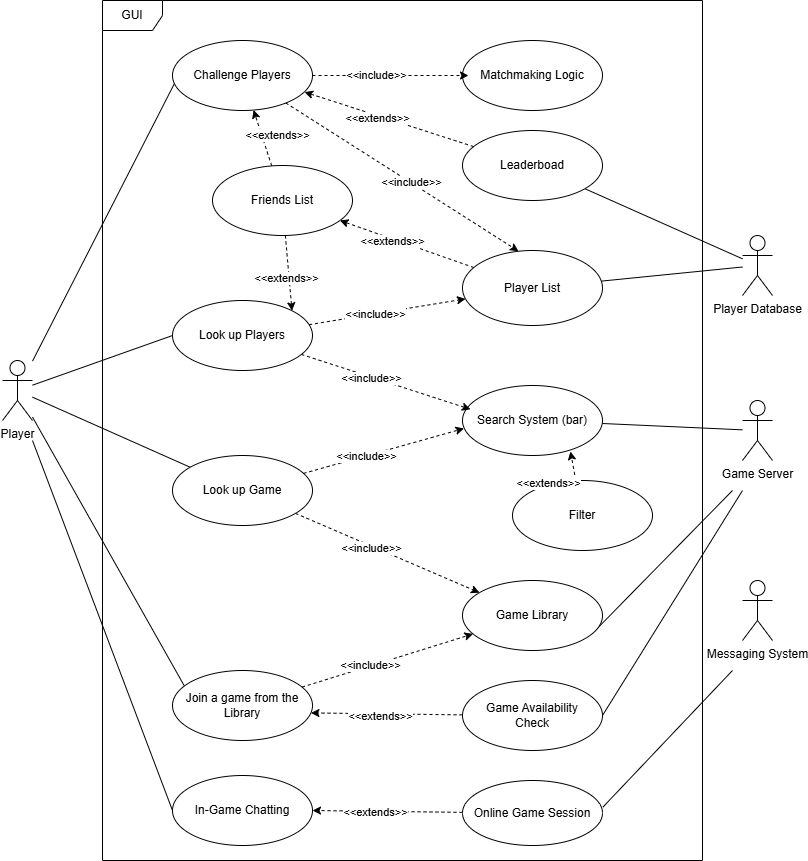
Before: GUI Team Files/GUI_use_case_diagram.png, a diagram exported from draw.io (kelsierfin/BasicGamingPlatform). Source tidied: cells renumbered, new cells last; positions are measured from the earlier drawing's top-left corner, leaving out a move shared by most shapes. The source it was exported from:
```xml
<mxGraphModel>
  <root>
    <mxCell id="0" />
    <mxCell id="1" parent="0" />
    <mxCell id="2" value="GUI" style="shape=umlFrame;whiteSpace=wrap;html=1;" parent="1" vertex="1">
      <mxGeometry x="100" width="600" height="860" as="geometry" />
    </mxCell>
    <mxCell id="3" style="edgeStyle=none;rounded=0;jettySize=auto;html=1;entryX=0.014;entryY=0.614;entryDx=0;entryDy=0;entryPerimeter=0;endArrow=none;startFill=0;" parent="1" edge="1" source="7" target="8">
      <mxGeometry relative="1" as="geometry" />
    </mxCell>
    <mxCell id="4" style="edgeStyle=none;rounded=0;jettySize=auto;html=1;endArrow=none;startFill=0;" parent="1" edge="1" source="7" target="11">
      <mxGeometry relative="1" as="geometry" />
    </mxCell>
    <mxCell id="5" style="edgeStyle=none;rounded=0;jettySize=auto;html=1;entryX=0;entryY=0.5;entryDx=0;entryDy=0;endArrow=none;startFill=0;" parent="1" edge="1" source="7" target="14">
      <mxGeometry relative="1" as="geometry" />
    </mxCell>
    <mxCell id="6" style="edgeStyle=none;rounded=0;jettySize=auto;html=1;entryX=0.094;entryY=0.254;entryDx=0;entryDy=0;endArrow=none;startFill=0;entryPerimeter=0;" parent="1" edge="1" source="7" target="17">
      <mxGeometry relative="1" as="geometry" />
    </mxCell>
    <mxCell id="7" value="Player&lt;div&gt;&lt;br&gt;&lt;/div&gt;" style="shape=umlActor;verticalLabelPosition=bottom;verticalAlign=top;html=1;" parent="1" vertex="1">
      <mxGeometry y="360" width="30" height="60" as="geometry" />
    </mxCell>
    <mxCell id="8" value="Challenge Players" style="ellipse;whiteSpace=wrap;html=1;" parent="1" vertex="1">
      <mxGeometry x="170" y="40" width="140" height="70" as="geometry" />
    </mxCell>
    <mxCell id="9" style="edgeStyle=none;rounded=0;jettySize=auto;html=1;dashed=1;" parent="1" edge="1" source="11" target="46">
      <mxGeometry relative="1" as="geometry" />
    </mxCell>
    <mxCell id="10" value="&amp;lt;&amp;lt;include&amp;gt;&amp;gt;" style="edgeLabel;html=1;align=center;verticalAlign=middle;" parent="9" vertex="1">
      <mxGeometry x="-0.17" y="-2" relative="1" as="geometry" />
    </mxCell>
    <mxCell id="11" value="Look up Game" style="ellipse;whiteSpace=wrap;html=1;" parent="1" vertex="1">
      <mxGeometry x="170" y="455" width="140" height="70" as="geometry" />
    </mxCell>
    <mxCell id="12" style="edgeStyle=none;rounded=0;jettySize=auto;html=1;dashed=1;" parent="1" edge="1" source="14" target="31">
      <mxGeometry relative="1" as="geometry" />
    </mxCell>
    <mxCell id="13" value="&amp;lt;&amp;lt;include&amp;gt;&amp;gt;" style="edgeLabel;html=1;align=center;verticalAlign=middle;" parent="12" vertex="1">
      <mxGeometry x="-0.15" relative="1" as="geometry" />
    </mxCell>
    <mxCell id="14" value="Look up Players" style="ellipse;whiteSpace=wrap;html=1;" parent="1" vertex="1">
      <mxGeometry x="170" y="300" width="140" height="70" as="geometry" />
    </mxCell>
    <mxCell id="15" style="edgeStyle=none;rounded=0;jettySize=auto;html=1;dashed=1;" parent="1" edge="1" source="17" target="46">
      <mxGeometry relative="1" as="geometry" />
    </mxCell>
    <mxCell id="16" value="&amp;lt;&amp;lt;include&amp;gt;&amp;gt;" style="edgeLabel;html=1;align=center;verticalAlign=middle;" parent="15" vertex="1">
      <mxGeometry x="-0.2" y="1" relative="1" as="geometry" />
    </mxCell>
    <mxCell id="17" value="Join a game from the Library" style="ellipse;whiteSpace=wrap;html=1;" parent="1" vertex="1">
      <mxGeometry x="170" y="670" width="140" height="70" as="geometry" />
    </mxCell>
    <mxCell id="18" value="In-Game Chatting" style="ellipse;whiteSpace=wrap;html=1;" parent="1" vertex="1">
      <mxGeometry x="170" y="775" width="140" height="70" as="geometry" />
    </mxCell>
    <mxCell id="19" style="edgeStyle=none;rounded=0;jettySize=auto;html=1;endArrow=none;startFill=0;entryX=0;entryY=0.5;entryDx=0;entryDy=0;" parent="1" edge="1" target="18">
      <mxGeometry relative="1" as="geometry">
        <mxPoint x="30" y="440" as="sourcePoint" />
      </mxGeometry>
    </mxCell>
    <mxCell id="20" value="Game Server&lt;div&gt;&lt;br&gt;&lt;/div&gt;" style="shape=umlActor;verticalLabelPosition=bottom;verticalAlign=top;html=1;" parent="1" vertex="1">
      <mxGeometry x="740" y="400" width="30" height="60" as="geometry" />
    </mxCell>
    <mxCell id="21" value="Player Database" style="shape=umlActor;verticalLabelPosition=bottom;verticalAlign=top;html=1;" parent="1" vertex="1">
      <mxGeometry x="740" y="235" width="30" height="60" as="geometry" />
    </mxCell>
    <mxCell id="22" value="Messaging System" style="shape=umlActor;verticalLabelPosition=bottom;verticalAlign=top;html=1;" parent="1" vertex="1">
      <mxGeometry x="740" y="580" width="30" height="60" as="geometry" />
    </mxCell>
    <mxCell id="23" style="edgeStyle=none;rounded=0;jettySize=auto;html=1;endArrow=none;startFill=0;" parent="1" edge="1" source="24" target="20">
      <mxGeometry relative="1" as="geometry" />
    </mxCell>
    <mxCell id="24" value="Search System (bar)" style="ellipse;whiteSpace=wrap;html=1;" parent="1" vertex="1">
      <mxGeometry x="460" y="385" width="140" height="70" as="geometry" />
    </mxCell>
    <mxCell id="25" value="Matchmaking Logic" style="ellipse;whiteSpace=wrap;html=1;" parent="1" vertex="1">
      <mxGeometry x="460" y="40" width="140" height="70" as="geometry" />
    </mxCell>
    <mxCell id="26" style="edgeStyle=none;rounded=0;jettySize=auto;html=1;dashed=1;" parent="1" edge="1" source="8">
      <mxGeometry relative="1" as="geometry">
        <mxPoint x="466" y="75" as="targetPoint" />
      </mxGeometry>
    </mxCell>
    <mxCell id="27" value="&amp;lt;&amp;lt;include&amp;gt;&amp;gt;" style="edgeLabel;html=1;align=center;verticalAlign=middle;" parent="26" vertex="1">
      <mxGeometry x="-0.19" y="1" relative="1" as="geometry" />
    </mxCell>
    <mxCell id="28" style="edgeStyle=none;rounded=0;jettySize=auto;html=1;endArrow=none;startFill=0;" parent="1" edge="1" source="31" target="21">
      <mxGeometry relative="1" as="geometry" />
    </mxCell>
    <mxCell id="29" style="edgeStyle=none;rounded=0;jettySize=auto;html=1;dashed=1;" parent="1" edge="1" source="31" target="38">
      <mxGeometry relative="1" as="geometry" />
    </mxCell>
    <mxCell id="30" value="&amp;lt;&amp;lt;extends&amp;gt;&amp;gt;" style="edgeLabel;html=1;align=center;verticalAlign=middle;" parent="29" vertex="1">
      <mxGeometry x="0.21" y="2" relative="1" as="geometry" />
    </mxCell>
    <mxCell id="31" value="Player List" style="ellipse;whiteSpace=wrap;html=1;" parent="1" vertex="1">
      <mxGeometry x="460" y="250" width="140" height="75" as="geometry" />
    </mxCell>
    <mxCell id="32" style="edgeStyle=none;rounded=0;jettySize=auto;html=1;entryX=0.011;entryY=0.614;entryDx=0;entryDy=0;entryPerimeter=0;dashed=1;" parent="1" edge="1" source="11" target="24">
      <mxGeometry relative="1" as="geometry" />
    </mxCell>
    <mxCell id="33" value="&amp;lt;&amp;lt;include&amp;gt;&amp;gt;" style="edgeLabel;html=1;align=center;verticalAlign=middle;" parent="32" vertex="1">
      <mxGeometry x="-0.23" relative="1" as="geometry" />
    </mxCell>
    <mxCell id="34" style="edgeStyle=none;rounded=0;jettySize=auto;html=1;dashed=1;" parent="1" edge="1" source="38" target="8">
      <mxGeometry relative="1" as="geometry" />
    </mxCell>
    <mxCell id="35" value="&amp;lt;&amp;lt;extends&amp;gt;&amp;gt;" style="edgeLabel;html=1;align=center;verticalAlign=middle;" parent="34" vertex="1">
      <mxGeometry x="0.25" y="1" relative="1" as="geometry">
        <mxPoint x="18" y="4" as="offset" />
      </mxGeometry>
    </mxCell>
    <mxCell id="36" style="edgeStyle=none;rounded=0;jettySize=auto;html=1;entryX=1;entryY=0;entryDx=0;entryDy=0;dashed=1;" parent="1" edge="1" source="38" target="14">
      <mxGeometry relative="1" as="geometry" />
    </mxCell>
    <mxCell id="37" value="&amp;lt;&amp;lt;extends&amp;gt;&amp;gt;" style="edgeLabel;html=1;align=center;verticalAlign=middle;" parent="36" vertex="1">
      <mxGeometry x="0.11" y="-3" relative="1" as="geometry" />
    </mxCell>
    <mxCell id="38" value="Friends List" style="ellipse;whiteSpace=wrap;html=1;" parent="1" vertex="1">
      <mxGeometry x="210" y="165" width="140" height="70" as="geometry" />
    </mxCell>
    <mxCell id="39" style="edgeStyle=none;rounded=0;jettySize=auto;html=1;entryX=0.057;entryY=0.34;entryDx=0;entryDy=0;entryPerimeter=0;dashed=1;" parent="1" edge="1" source="14" target="24">
      <mxGeometry relative="1" as="geometry" />
    </mxCell>
    <mxCell id="40" value="&amp;lt;&amp;lt;include&amp;gt;&amp;gt;" style="edgeLabel;html=1;align=center;verticalAlign=middle;" parent="39" vertex="1">
      <mxGeometry x="-0.18" y="-1" relative="1" as="geometry" />
    </mxCell>
    <mxCell id="41" style="edgeStyle=none;rounded=0;jettySize=auto;html=1;endArrow=none;startFill=0;exitX=1.003;exitY=0.409;exitDx=0;exitDy=0;exitPerimeter=0;" parent="1" edge="1" source="42">
      <mxGeometry relative="1" as="geometry">
        <mxPoint x="730" y="670" as="targetPoint" />
      </mxGeometry>
    </mxCell>
    <mxCell id="42" value="Online Game Session" style="ellipse;whiteSpace=wrap;html=1;" parent="1" vertex="1">
      <mxGeometry x="460" y="780" width="140" height="65" as="geometry" />
    </mxCell>
    <mxCell id="43" style="edgeStyle=none;rounded=0;jettySize=auto;html=1;entryX=1;entryY=0.5;entryDx=0;entryDy=0;dashed=1;" parent="1" edge="1" source="42" target="18">
      <mxGeometry relative="1" as="geometry" />
    </mxCell>
    <mxCell id="44" value="&amp;lt;&amp;lt;extends&amp;gt;&amp;gt;" style="edgeLabel;html=1;align=center;verticalAlign=middle;" parent="43" vertex="1">
      <mxGeometry x="0.17" y="1" relative="1" as="geometry" />
    </mxCell>
    <mxCell id="45" style="edgeStyle=none;rounded=0;jettySize=auto;html=1;exitX=0.94;exitY=0.731;exitDx=0;exitDy=0;exitPerimeter=0;endArrow=none;startFill=0;" parent="1" edge="1" source="46">
      <mxGeometry relative="1" as="geometry">
        <mxPoint x="730" y="490" as="targetPoint" />
      </mxGeometry>
    </mxCell>
    <mxCell id="46" value="Game Library" style="ellipse;whiteSpace=wrap;html=1;" parent="1" vertex="1">
      <mxGeometry x="460" y="580" width="140" height="70" as="geometry" />
    </mxCell>
    <mxCell id="47" style="edgeStyle=none;rounded=0;jettySize=auto;html=1;endArrow=none;startFill=0;exitX=1;exitY=0.5;exitDx=0;exitDy=0;" parent="1" edge="1" source="48">
      <mxGeometry relative="1" as="geometry">
        <mxPoint x="740" y="490" as="targetPoint" />
      </mxGeometry>
    </mxCell>
    <mxCell id="48" value="Game Availability&lt;div&gt;Check&lt;/div&gt;" style="ellipse;whiteSpace=wrap;html=1;" parent="1" vertex="1">
      <mxGeometry x="460" y="680" width="140" height="70" as="geometry" />
    </mxCell>
    <mxCell id="49" value="Filter" style="ellipse;whiteSpace=wrap;html=1;" parent="1" vertex="1">
      <mxGeometry x="510" y="480" width="140" height="70" as="geometry" />
    </mxCell>
    <mxCell id="50" style="edgeStyle=none;rounded=0;jettySize=auto;html=1;entryX=0.989;entryY=0.606;entryDx=0;entryDy=0;dashed=1;entryPerimeter=0;" parent="1" edge="1" source="48" target="17">
      <mxGeometry relative="1" as="geometry" />
    </mxCell>
    <mxCell id="51" value="&amp;lt;&amp;lt;extends&amp;gt;&amp;gt;" style="edgeLabel;html=1;align=center;verticalAlign=middle;" parent="50" vertex="1">
      <mxGeometry x="0.08" y="2" relative="1" as="geometry" />
    </mxCell>
    <mxCell id="52" style="edgeStyle=none;rounded=0;jettySize=auto;html=1;entryX=0.771;entryY=0.943;entryDx=0;entryDy=0;entryPerimeter=0;dashed=1;" parent="1" edge="1" source="49" target="24">
      <mxGeometry relative="1" as="geometry" />
    </mxCell>
    <mxCell id="53" value="&amp;lt;&amp;lt;extends&amp;gt;&amp;gt;" style="edgeLabel;html=1;align=center;verticalAlign=middle;" parent="52" vertex="1">
      <mxGeometry x="-0.16" relative="1" as="geometry">
        <mxPoint x="-26" y="14" as="offset" />
      </mxGeometry>
    </mxCell>
    <mxCell id="54" style="edgeStyle=none;rounded=0;orthogonalLoop=1;jettySize=auto;html=1;exitX=0.5;exitY=1;exitDx=0;exitDy=0;" parent="1" edge="1" source="49" target="49">
      <mxGeometry relative="1" as="geometry" />
    </mxCell>
    <mxCell id="55" style="edgeStyle=none;rounded=0;jettySize=auto;html=1;entryX=0.4;entryY=0.009;entryDx=0;entryDy=0;entryPerimeter=0;dashed=1;" parent="1" edge="1" source="8" target="31">
      <mxGeometry relative="1" as="geometry" />
    </mxCell>
    <mxCell id="56" value="&amp;lt;&amp;lt;include&amp;gt;&amp;gt;" style="edgeLabel;html=1;align=center;verticalAlign=middle;" parent="55" vertex="1">
      <mxGeometry x="0.08" y="1" relative="1" as="geometry">
        <mxPoint x="-1" as="offset" />
      </mxGeometry>
    </mxCell>
    <mxCell id="57" style="edgeStyle=none;rounded=0;jettySize=auto;html=1;endArrow=none;startFill=0;" parent="1" edge="1" source="58" target="21">
      <mxGeometry relative="1" as="geometry" />
    </mxCell>
    <mxCell id="58" value="Leaderboad" style="ellipse;whiteSpace=wrap;html=1;" parent="1" vertex="1">
      <mxGeometry x="460" y="130" width="140" height="70" as="geometry" />
    </mxCell>
    <mxCell id="59" style="edgeStyle=none;rounded=0;jettySize=auto;html=1;entryX=0.943;entryY=0.737;entryDx=0;entryDy=0;entryPerimeter=0;dashed=1;" parent="1" edge="1" source="58" target="8">
      <mxGeometry relative="1" as="geometry" />
    </mxCell>
    <mxCell id="60" value="&amp;lt;&amp;lt;extends&amp;gt;&amp;gt;" style="edgeLabel;html=1;align=center;verticalAlign=middle;" parent="59" vertex="1">
      <mxGeometry x="0.14" y="2" relative="1" as="geometry" />
    </mxCell>
  </root>
</mxGraphModel>
```
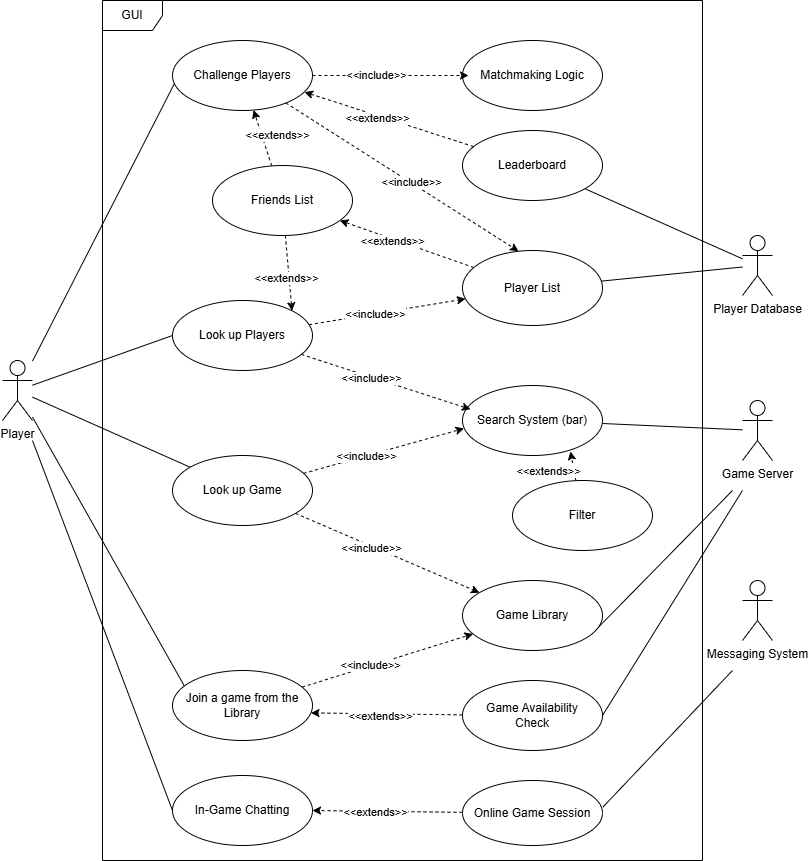
The same file after the commit.

Commit message:
Fixed a typo in the old diagram that was uploaded

What changed in the source:
```diff
@@ -169,7 +169,7 @@
     </mxCell>
     <mxCell id="53" value="&amp;lt;&amp;lt;extends&amp;gt;&amp;gt;" style="edgeLabel;html=1;align=center;verticalAlign=middle;" parent="52" vertex="1">
       <mxGeometry x="-0.16" relative="1" as="geometry">
-        <mxPoint x="-26" y="14" as="offset" />
+        <mxPoint x="-26" y="2" as="offset" />
       </mxGeometry>
     </mxCell>
     <mxCell id="54" style="edgeStyle=none;rounded=0;orthogonalLoop=1;jettySize=auto;html=1;exitX=0.5;exitY=1;exitDx=0;exitDy=0;" parent="1" edge="1" source="49" target="49">
@@ -186,7 +186,7 @@
     <mxCell id="57" style="edgeStyle=none;rounded=0;jettySize=auto;html=1;endArrow=none;startFill=0;" parent="1" edge="1" source="58" target="21">
       <mxGeometry relative="1" as="geometry" />
     </mxCell>
-    <mxCell id="58" value="Leaderboad" style="ellipse;whiteSpace=wrap;html=1;" parent="1" vertex="1">
+    <mxCell id="58" value="Leaderboard" style="ellipse;whiteSpace=wrap;html=1;" parent="1" vertex="1">
       <mxGeometry x="460" y="130" width="140" height="70" as="geometry" />
     </mxCell>
     <mxCell id="59" style="edgeStyle=none;rounded=0;jettySize=auto;html=1;entryX=0.943;entryY=0.737;entryDx=0;entryDy=0;entryPerimeter=0;dashed=1;" parent="1" edge="1" source="58" target="8">
```
